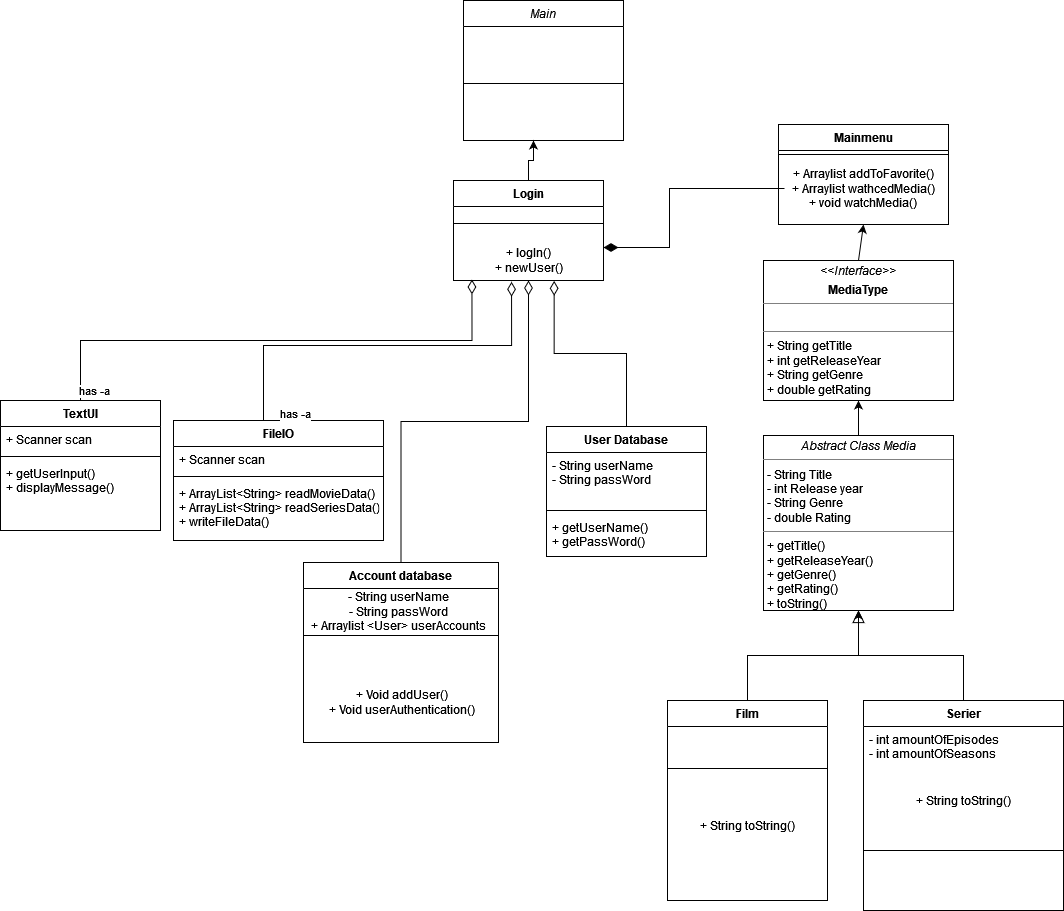
Before: out/production/SP_3/Diagrams/Unavngivet diagram.drawio.png, a diagram exported from draw.io (havvand/SP_3). Source tidied: cells renumbered, new cells last; positions are measured from the earlier drawing's top-left corner, leaving out a move shared by most shapes.
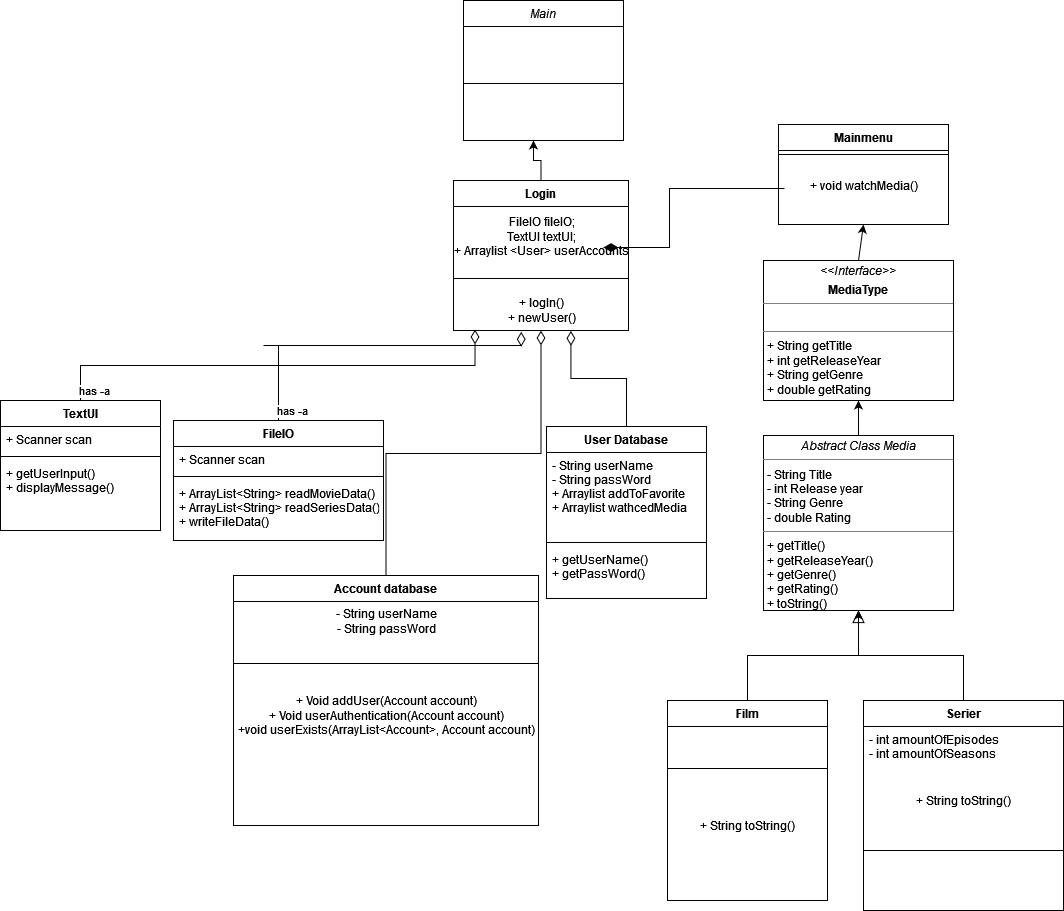
The same file after the commit.

The edit, as a diff of the source:
```diff
@@ -9,13 +9,16 @@
       <mxGeometry y="26" width="160" height="114" as="geometry" />
     </mxCell>
     <mxCell id="4" value="Account database" style="swimlane;fontStyle=1;align=center;verticalAlign=top;horizontal=1;startSize=26;rounded=0;shadow=0;strokeWidth=1;" parent="1" vertex="1">
-      <mxGeometry x="303" y="562" width="195" height="180" as="geometry" />
+      <mxGeometry x="233" y="575" width="305" height="250" as="geometry" />
     </mxCell>
+    <mxCell id="35" value="&lt;div&gt;- String userName&lt;/div&gt;&lt;div&gt;- String passWord&lt;/div&gt;" style="text;html=1;align=center;verticalAlign=middle;strokeColor=none;fillColor=none;" parent="4" vertex="1">
+      <mxGeometry y="26" width="305" height="40" as="geometry" />
+    </mxCell>
     <mxCell id="5" style="line;html=1;strokeWidth=1;align=left;verticalAlign=middle;spacingTop=-1;spacingLeft=3;spacingRight=3;labelPosition=right;" parent="4" vertex="1">
-      <mxGeometry y="26" width="195" height="94" as="geometry" />
+      <mxGeometry y="66" width="305" height="44" as="geometry" />
     </mxCell>
-    <mxCell id="6" value="+ Void addUser()&lt;div&gt;+ Void userAuthentication()&lt;br&gt;&lt;/div&gt;" style="text;html=1;align=center;verticalAlign=middle;strokeColor=none;fillColor=none;" parent="4" vertex="1">
-      <mxGeometry y="120" width="195" height="40" as="geometry" />
+    <mxCell id="6" value="+ Void addUser(Account account)&lt;div&gt;+ Void userAuthentication(Account account)&lt;/div&gt;&lt;div&gt;+void userExists(ArrayList&amp;lt;Account&amp;gt;, Account account)&lt;br&gt;&lt;/div&gt;" style="text;html=1;align=center;verticalAlign=middle;strokeColor=none;fillColor=none;" parent="4" vertex="1">
+      <mxGeometry y="110" width="305" height="60" as="geometry" />
     </mxCell>
     <mxCell id="7" style="endArrow=diamondThin;endSize=12;endFill=0;shadow=0;strokeWidth=1;rounded=0;edgeStyle=elbowEdgeStyle;elbow=vertical;entryX=0.5;entryY=1;entryDx=0;entryDy=0;" parent="1" edge="1" source="4" target="17">
       <mxGeometry relative="1" as="geometry" />
@@ -50,13 +53,16 @@
       </mxGeometry>
     </mxCell>
     <mxCell id="17" value="Login" style="swimlane;fontStyle=1;align=center;verticalAlign=top;horizontal=1;startSize=26;rounded=0;shadow=0;strokeWidth=1;" parent="1" vertex="1">
-      <mxGeometry x="453" y="180" width="150" height="100" as="geometry" />
+      <mxGeometry x="453" y="180" width="175" height="150" as="geometry" />
     </mxCell>
+    <mxCell id="45" value="&lt;div&gt;FileIO fileIO;&lt;/div&gt;&lt;div&gt;TextUI textUI;&lt;/div&gt;&lt;div&gt;+ Arraylist &amp;lt;User&amp;gt; userAccounts&lt;/div&gt;" style="text;html=1;align=center;verticalAlign=middle;strokeColor=none;fillColor=none;" parent="17" vertex="1">
+      <mxGeometry y="26" width="175" height="60" as="geometry" />
+    </mxCell>
     <mxCell id="18" style="line;html=1;strokeWidth=1;align=left;verticalAlign=middle;spacingTop=-1;spacingLeft=3;spacingRight=3;labelPosition=right;" parent="17" vertex="1">
-      <mxGeometry y="26" width="150" height="34" as="geometry" />
+      <mxGeometry y="86" width="175" height="24" as="geometry" />
     </mxCell>
     <mxCell id="19" value="&lt;div&gt;+ logIn()&lt;br&gt;&lt;/div&gt;&lt;div&gt;+ newUser()&lt;/div&gt;" style="text;html=1;align=center;verticalAlign=middle;points=[];strokeColor=none;fillColor=none;" parent="17" vertex="1">
-      <mxGeometry y="60" width="150" height="40" as="geometry" />
+      <mxGeometry y="110" width="175" height="40" as="geometry" />
     </mxCell>
     <mxCell id="20" style="edgeStyle=orthogonalEdgeStyle;rounded=0;orthogonalLoop=1;jettySize=auto;html=1;endArrow=diamondThin;endFill=1;endSize=12;" parent="1" edge="1">
       <mxGeometry relative="1" as="geometry">
@@ -75,8 +81,8 @@
     <mxCell id="22" style="line;html=1;strokeWidth=1;align=left;verticalAlign=middle;spacingTop=-1;spacingLeft=3;spacingRight=3;labelPosition=right;" parent="21" vertex="1">
       <mxGeometry y="26" width="170" height="8" as="geometry" />
     </mxCell>
-    <mxCell id="23" value="&lt;div&gt;+ Arraylist addToFavorite()&lt;/div&gt;&lt;div&gt;+ Arraylist wathcedMedia()&lt;br&gt;&lt;/div&gt;&lt;div&gt;+ void watchMedia()&lt;br&gt;&lt;/div&gt;" style="text;html=1;align=center;verticalAlign=middle;strokeColor=none;fillColor=none;" parent="21" vertex="1">
-      <mxGeometry y="34" width="170" height="60" as="geometry" />
+    <mxCell id="23" value="&lt;br&gt;&lt;div&gt;+ void watchMedia()&lt;br&gt;&lt;/div&gt;" style="text;html=1;align=center;verticalAlign=middle;strokeColor=none;fillColor=none;" parent="21" vertex="1">
+      <mxGeometry y="34" width="170" height="40" as="geometry" />
     </mxCell>
     <mxCell id="24" value="TextUI" style="swimlane;fontStyle=1;align=center;verticalAlign=top;horizontal=1;startSize=26;" parent="1" vertex="1">
       <mxGeometry y="400" width="160" height="130" as="geometry" />
@@ -116,9 +122,6 @@
     <mxCell id="34" value="&lt;p style=&quot;margin:0px;margin-top:4px;text-align:center;&quot;&gt;&lt;i&gt;Abstract Class Media&lt;/i&gt;&lt;/p&gt;&lt;hr size=&quot;1&quot;&gt;&lt;p style=&quot;margin:0px;margin-left:4px;&quot;&gt;- String Title&lt;/p&gt;&lt;p style=&quot;margin:0px;margin-left:4px;&quot;&gt;- int Release year&lt;/p&gt;&lt;p style=&quot;margin:0px;margin-left:4px;&quot;&gt;- String Genre&lt;/p&gt;&lt;p style=&quot;margin:0px;margin-left:4px;&quot;&gt;- double Rating&lt;/p&gt;&lt;hr size=&quot;1&quot;&gt;&lt;p style=&quot;margin:0px;margin-left:4px;&quot;&gt;+ getTitle()&lt;br&gt;+ getReleaseYear()&lt;/p&gt;&lt;p style=&quot;margin:0px;margin-left:4px;&quot;&gt;+ getGenre()&lt;br&gt;&lt;/p&gt;&lt;p style=&quot;margin:0px;margin-left:4px;&quot;&gt;+ getRating()&lt;br&gt;&lt;/p&gt;&lt;p style=&quot;margin:0px;margin-left:4px;&quot;&gt;+ toString()&lt;br&gt;&lt;/p&gt;" style="verticalAlign=top;align=left;overflow=fill;fontSize=12;fontFamily=Helvetica;html=1;" parent="1" vertex="1">
       <mxGeometry x="763" y="435" width="190" height="175" as="geometry" />
     </mxCell>
-    <mxCell id="35" value="&lt;div&gt;- String userName&lt;/div&gt;&lt;div&gt;- String passWord&lt;/div&gt;&lt;div&gt;+ Arraylist &amp;lt;User&amp;gt; userAccounts&lt;/div&gt;" style="text;html=1;align=center;verticalAlign=middle;strokeColor=none;fillColor=none;" parent="1" vertex="1">
-      <mxGeometry x="298" y="581" width="200" height="60" as="geometry" />
-    </mxCell>
     <mxCell id="36" value="&lt;p style=&quot;margin:0px;margin-top:4px;text-align:center;&quot;&gt;&lt;i&gt;&amp;lt;&amp;lt;Interface&amp;gt;&amp;gt;&lt;/i&gt;&lt;/p&gt;&lt;p style=&quot;margin:0px;margin-top:4px;text-align:center;&quot;&gt;&lt;b&gt;MediaType&lt;/b&gt;&lt;br&gt;&lt;/p&gt;&lt;hr size=&quot;1&quot;&gt;&lt;p style=&quot;margin:0px;margin-left:4px;&quot;&gt;&lt;br&gt;&lt;/p&gt;&lt;hr size=&quot;1&quot;&gt;&lt;p style=&quot;margin:0px;margin-left:4px;&quot;&gt;+ String getTitle&lt;/p&gt;&lt;p style=&quot;margin:0px;margin-left:4px;&quot;&gt;+ int getReleaseYear&lt;/p&gt;&lt;p style=&quot;margin:0px;margin-left:4px;&quot;&gt;+ String getGenre&lt;/p&gt;&lt;p style=&quot;margin:0px;margin-left:4px;&quot;&gt;+ double getRating&lt;br&gt;&lt;/p&gt;" style="verticalAlign=top;align=left;overflow=fill;fontSize=12;fontFamily=Helvetica;html=1;" parent="1" vertex="1">
       <mxGeometry x="763" y="260" width="190" height="140" as="geometry" />
     </mxCell>
@@ -132,16 +135,16 @@
       <mxGeometry x="-1" y="3" relative="1" as="geometry" />
     </mxCell>
     <mxCell id="40" value="User Database" style="swimlane;fontStyle=1;align=center;verticalAlign=top;horizontal=1;startSize=26;" parent="1" vertex="1">
-      <mxGeometry x="546" y="426" width="160" height="130" as="geometry" />
+      <mxGeometry x="546" y="426" width="160" height="172" as="geometry" />
     </mxCell>
-    <mxCell id="41" value="- String userName&#10;- String passWord" style="text;strokeColor=none;fillColor=none;align=left;verticalAlign=top;spacingLeft=4;spacingRight=4;overflow=hidden;" parent="40" vertex="1">
-      <mxGeometry y="26" width="160" height="54" as="geometry" />
+    <mxCell id="41" value="- String userName&#10;- String passWord&#10;+ Arraylist addToFavorite&#10;+ Arraylist wathcedMedia" style="text;strokeColor=none;fillColor=none;align=left;verticalAlign=top;spacingLeft=4;spacingRight=4;overflow=hidden;" parent="40" vertex="1">
+      <mxGeometry y="26" width="160" height="86" as="geometry" />
     </mxCell>
     <mxCell id="42" style="line;strokeWidth=1;fillColor=none;align=left;verticalAlign=middle;spacingTop=-1;spacingLeft=3;spacingRight=3;labelPosition=right;strokeColor=inherit;" parent="40" vertex="1">
-      <mxGeometry y="80" width="160" height="8" as="geometry" />
+      <mxGeometry y="112" width="160" height="8" as="geometry" />
     </mxCell>
     <mxCell id="43" value="+ getUserName()&#10;+ getPassWord()" style="text;strokeColor=none;fillColor=none;align=left;verticalAlign=top;spacingLeft=4;spacingRight=4;overflow=hidden;" parent="40" vertex="1">
-      <mxGeometry y="88" width="160" height="42" as="geometry" />
+      <mxGeometry y="120" width="160" height="52" as="geometry" />
     </mxCell>
     <mxCell id="44" style="endArrow=diamondThin;endSize=12;endFill=0;shadow=0;strokeWidth=1;rounded=0;edgeStyle=elbowEdgeStyle;elbow=vertical;entryX=0.671;entryY=1.009;entryDx=0;entryDy=0;exitX=0.5;exitY=0;exitDx=0;exitDy=0;entryPerimeter=0;" parent="1" edge="1" source="40" target="19">
       <mxGeometry relative="1" as="geometry" />
```
